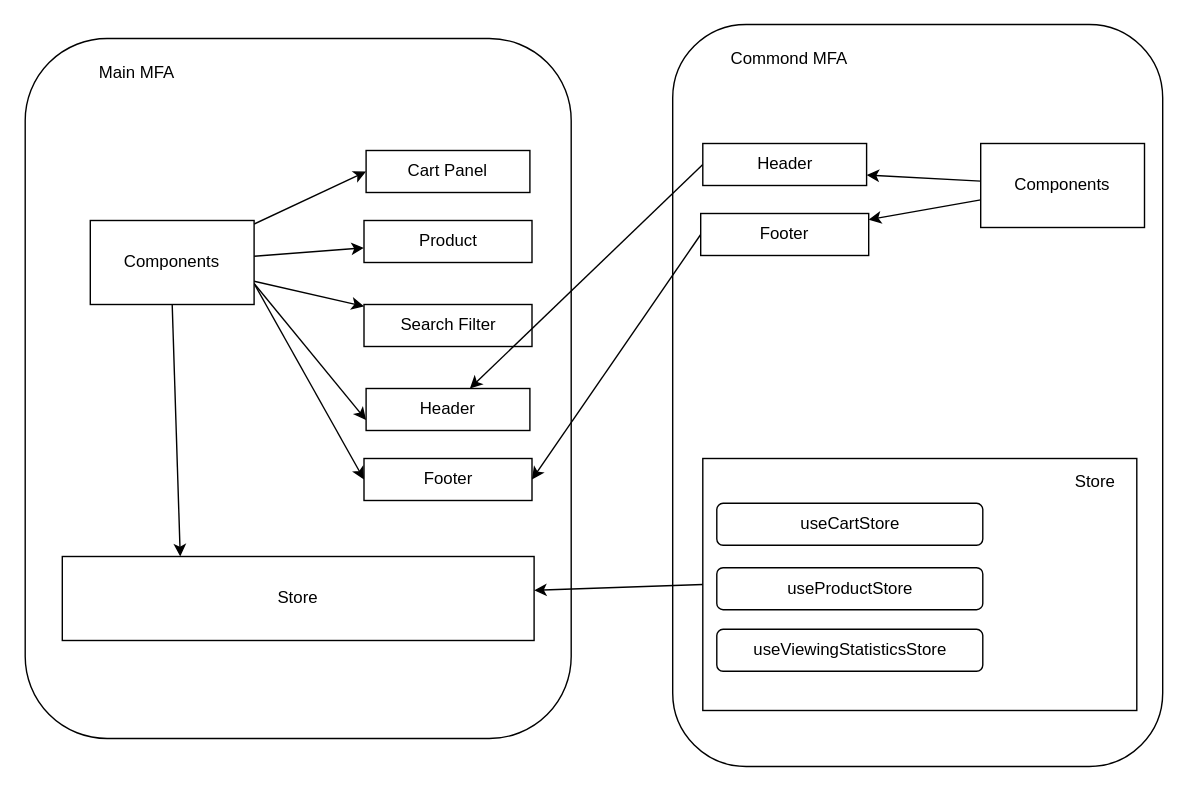
Earlier version of the draw.io diagram microfrontends-using-mf/architecture.drawio (mesadhan/microfrontends). Source tidied: cells renumbered, new cells numbered last; positions are measured from the earlier drawing's top-left corner, leaving out a move shared by most shapes. Both pictures are drawn from the tidied source at 140%, with x=0, y=0 at pixel (25, 24).
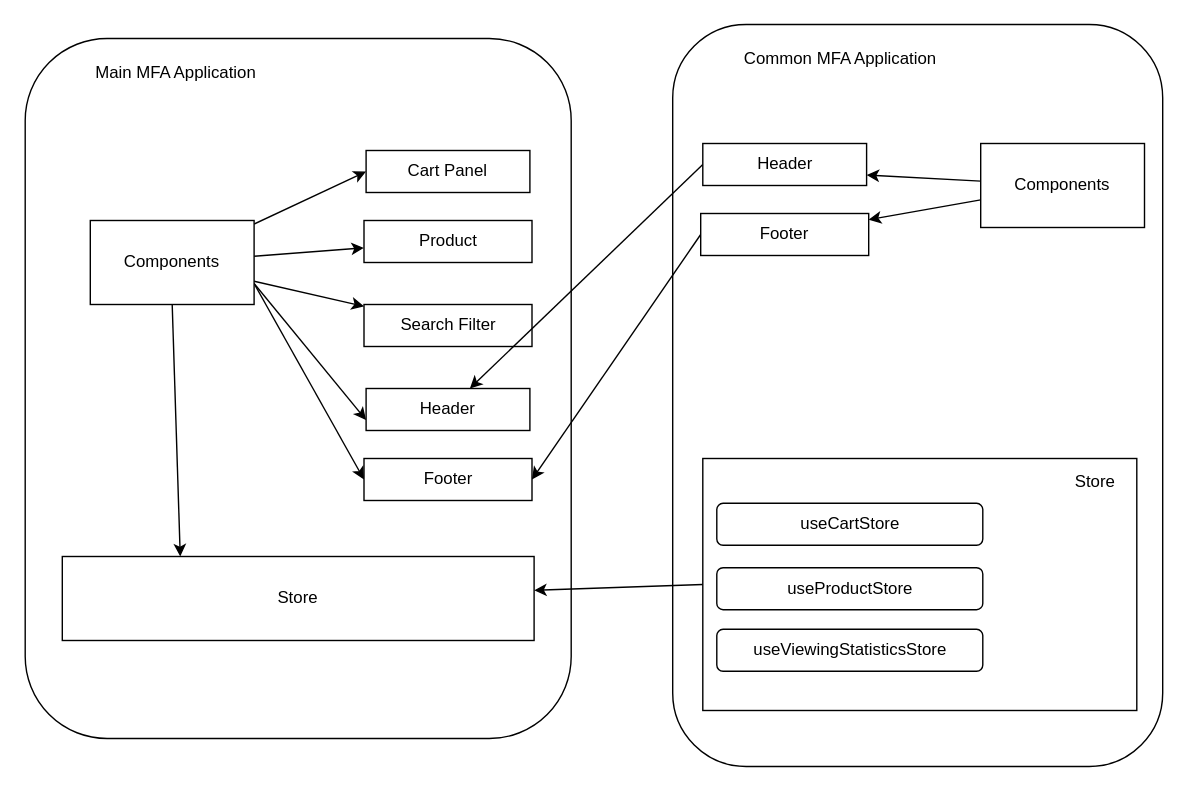
The same page after the edit.

What changed in the source:
```diff
@@
-    <mxCell id="11" value="Commond MFA" style="text;html=1;strokeColor=none;fillColor=none;align=center;verticalAlign=middle;whiteSpace=wrap;rounded=0;" parent="1" vertex="1">
-      <mxGeometry x="492" y="10" width="107" height="30" as="geometry" />
+    <mxCell id="11" value="Common MFA Application" style="text;html=1;strokeColor=none;fillColor=none;align=center;verticalAlign=middle;whiteSpace=wrap;rounded=0;" parent="1" vertex="1">
+      <mxGeometry x="492" y="10" width="180" height="30" as="geometry" />
     </mxCell>
@@
-    <mxCell id="16" value="Main MFA" style="text;html=1;strokeColor=none;fillColor=none;align=center;verticalAlign=middle;whiteSpace=wrap;rounded=0;" parent="1" vertex="1">
-      <mxGeometry x="26" y="20" width="107" height="30" as="geometry" />
+    <mxCell id="16" value="Main MFA Application&amp;nbsp;" style="text;html=1;strokeColor=none;fillColor=none;align=center;verticalAlign=middle;whiteSpace=wrap;rounded=0;" parent="1" vertex="1">
+      <mxGeometry x="26" y="20" width="166" height="30" as="geometry" />
     </mxCell>
```
